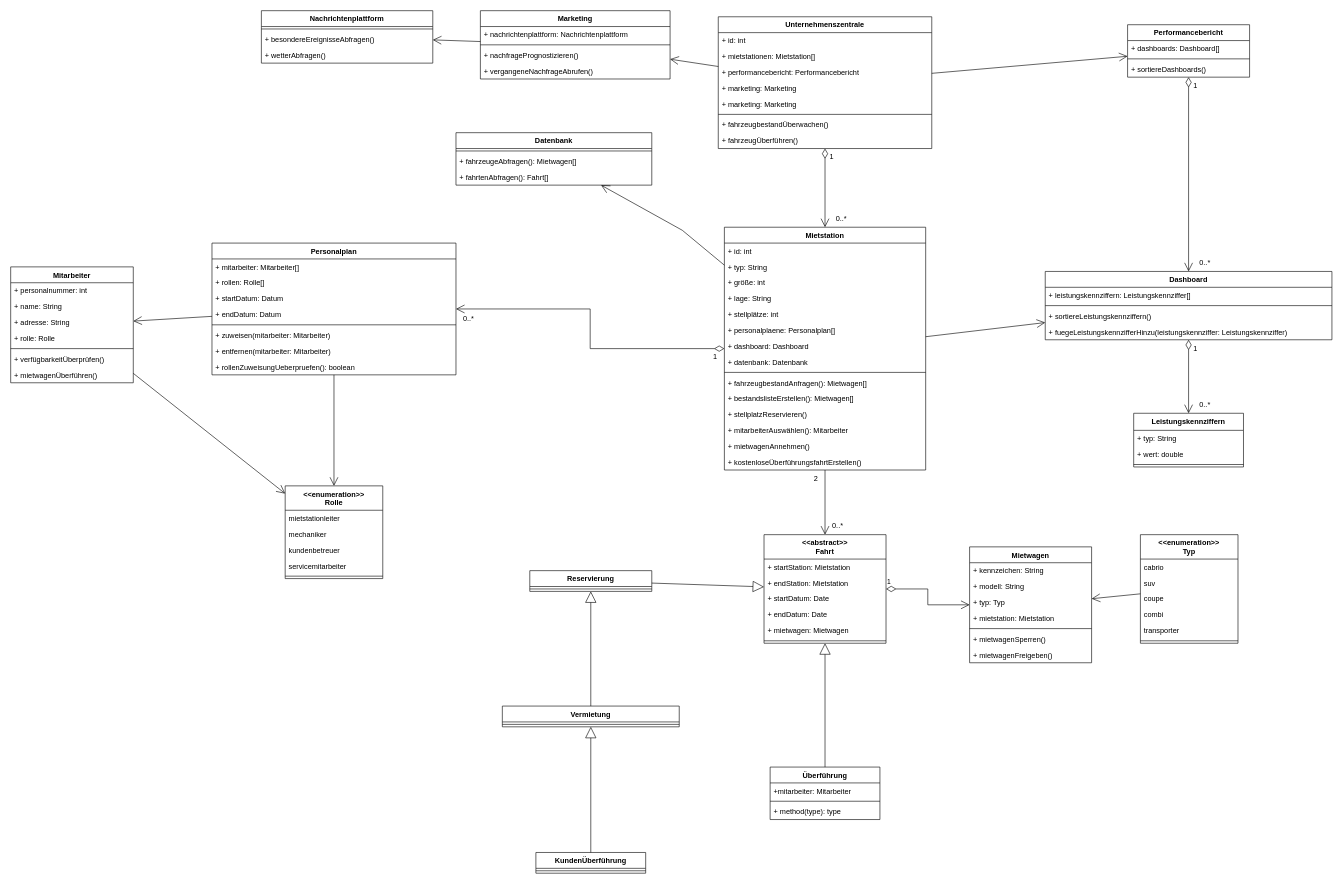
This is E - Allgemeine Verwaltung/01 Klassendiagramm/01 Klassendiagramm - Allgemeine Verwaltung.drawio from DlieBG/car_rental, a draw.io file, before an edit. Source tidied: cells renumbered, new cells numbered last; positions are measured from the earlier drawing's top-left corner, leaving out a move shared by most shapes. Both pictures are drawn from the tidied source at 61%, with x=0, y=0 at pixel (10, 10).
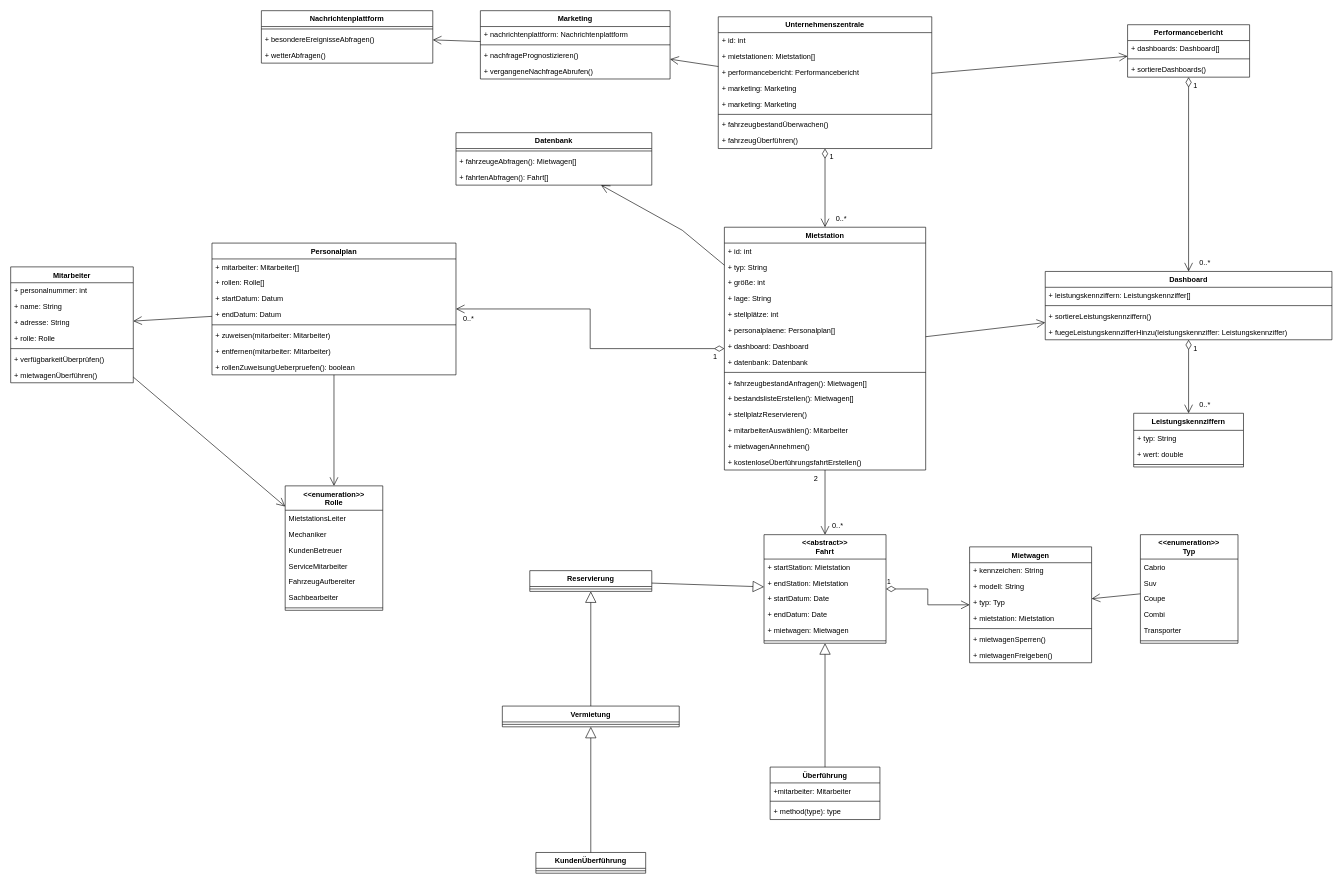
The same diagram, later.

Commit message:
Klassendiagram Yeet

Unchanged cells that the change refers to:
```xml
<mxCell id="96" value="&lt;&lt;enumeration&gt;&gt;&#10;Typ" style="swimlane;fontStyle=1;align=center;verticalAlign=top;horizontal=1;startSize=40;" parent="1" vertex="1">
  <mxGeometry x="1852" y="859" width="160" height="178" as="geometry" />
</mxCell>
```

Change to the diagram source:
```diff
@@
     <mxCell id="52" value="&lt;&lt;enumeration&gt;&gt;&#10;Rolle" style="swimlane;fontStyle=1;align=center;verticalAlign=top;horizontal=1;startSize=40;" parent="1" vertex="1">
-      <mxGeometry x="450" y="779" width="160" height="152" as="geometry" />
+      <mxGeometry x="450" y="779" width="160" height="204" as="geometry" />
     </mxCell>
-    <mxCell id="53" value="mietstationleiter" style="text;strokeColor=none;fillColor=none;align=left;verticalAlign=top;spacingLeft=4;spacingRight=4;overflow=hidden;" parent="52" vertex="1">
+    <mxCell id="53" value="MietstationsLeiter" style="text;strokeColor=none;fillColor=none;align=left;verticalAlign=top;spacingLeft=4;spacingRight=4;overflow=hidden;" parent="52" vertex="1">
       <mxGeometry y="40" width="160" height="26" as="geometry" />
     </mxCell>
-    <mxCell id="54" value="mechaniker" style="text;strokeColor=none;fillColor=none;align=left;verticalAlign=top;spacingLeft=4;spacingRight=4;overflow=hidden;fontSize=12;" parent="52" vertex="1">
+    <mxCell id="54" value="Mechaniker" style="text;strokeColor=none;fillColor=none;align=left;verticalAlign=top;spacingLeft=4;spacingRight=4;overflow=hidden;fontSize=12;" parent="52" vertex="1">
       <mxGeometry y="66" width="160" height="26" as="geometry" />
     </mxCell>
-    <mxCell id="55" value="kundenbetreuer" style="text;strokeColor=none;fillColor=none;align=left;verticalAlign=top;spacingLeft=4;spacingRight=4;overflow=hidden;fontSize=12;" parent="52" vertex="1">
+    <mxCell id="55" value="KundenBetreuer" style="text;strokeColor=none;fillColor=none;align=left;verticalAlign=top;spacingLeft=4;spacingRight=4;overflow=hidden;fontSize=12;" parent="52" vertex="1">
       <mxGeometry y="92" width="160" height="26" as="geometry" />
     </mxCell>
-    <mxCell id="56" value="servicemitarbeiter" style="text;strokeColor=none;fillColor=none;align=left;verticalAlign=top;spacingLeft=4;spacingRight=4;overflow=hidden;fontSize=12;" parent="52" vertex="1">
+    <mxCell id="56" value="ServiceMitarbeiter" style="text;strokeColor=none;fillColor=none;align=left;verticalAlign=top;spacingLeft=4;spacingRight=4;overflow=hidden;fontSize=12;" parent="52" vertex="1">
       <mxGeometry y="118" width="160" height="26" as="geometry" />
     </mxCell>
+    <mxCell id="137" value="FahrzeugAufbereiter" style="text;strokeColor=none;fillColor=none;align=left;verticalAlign=top;spacingLeft=4;spacingRight=4;overflow=hidden;fontSize=12;" parent="52" vertex="1">
+      <mxGeometry y="144" width="160" height="26" as="geometry" />
+    </mxCell>
+    <mxCell id="138" value="Sachbearbeiter" style="text;strokeColor=none;fillColor=none;align=left;verticalAlign=top;spacingLeft=4;spacingRight=4;overflow=hidden;fontSize=12;" parent="52" vertex="1">
+      <mxGeometry y="170" width="160" height="26" as="geometry" />
+    </mxCell>
     <mxCell id="57" style="line;strokeWidth=1;fillColor=none;align=left;verticalAlign=middle;spacingTop=-1;spacingLeft=3;spacingRight=3;labelPosition=right;" parent="52" vertex="1">
-      <mxGeometry y="144" width="160" height="8" as="geometry" />
+      <mxGeometry y="196" width="160" height="8" as="geometry" />
     </mxCell>
@@
-    <mxCell id="97" value="cabrio" style="text;strokeColor=none;fillColor=none;align=left;verticalAlign=top;spacingLeft=4;spacingRight=4;overflow=hidden;" parent="96" vertex="1">
+    <mxCell id="97" value="Cabrio" style="text;strokeColor=none;fillColor=none;align=left;verticalAlign=top;spacingLeft=4;spacingRight=4;overflow=hidden;" parent="96" vertex="1">
       <mxGeometry y="40" width="160" height="26" as="geometry" />
     </mxCell>
-    <mxCell id="98" value="suv" style="text;strokeColor=none;fillColor=none;align=left;verticalAlign=top;spacingLeft=4;spacingRight=4;overflow=hidden;fontSize=12;" parent="96" vertex="1">
+    <mxCell id="98" value="Suv" style="text;strokeColor=none;fillColor=none;align=left;verticalAlign=top;spacingLeft=4;spacingRight=4;overflow=hidden;fontSize=12;" parent="96" vertex="1">
       <mxGeometry y="66" width="160" height="26" as="geometry" />
     </mxCell>
-    <mxCell id="99" value="coupe" style="text;strokeColor=none;fillColor=none;align=left;verticalAlign=top;spacingLeft=4;spacingRight=4;overflow=hidden;fontSize=12;" parent="96" vertex="1">
+    <mxCell id="99" value="Coupe" style="text;strokeColor=none;fillColor=none;align=left;verticalAlign=top;spacingLeft=4;spacingRight=4;overflow=hidden;fontSize=12;" parent="96" vertex="1">
       <mxGeometry y="92" width="160" height="26" as="geometry" />
     </mxCell>
-    <mxCell id="100" value="combi" style="text;strokeColor=none;fillColor=none;align=left;verticalAlign=top;spacingLeft=4;spacingRight=4;overflow=hidden;fontSize=12;" parent="96" vertex="1">
+    <mxCell id="100" value="Combi" style="text;strokeColor=none;fillColor=none;align=left;verticalAlign=top;spacingLeft=4;spacingRight=4;overflow=hidden;fontSize=12;" parent="96" vertex="1">
       <mxGeometry y="118" width="160" height="26" as="geometry" />
     </mxCell>
-    <mxCell id="101" value="transporter" style="text;strokeColor=none;fillColor=none;align=left;verticalAlign=top;spacingLeft=4;spacingRight=4;overflow=hidden;fontSize=12;" parent="96" vertex="1">
+    <mxCell id="101" value="Transporter" style="text;strokeColor=none;fillColor=none;align=left;verticalAlign=top;spacingLeft=4;spacingRight=4;overflow=hidden;fontSize=12;" parent="96" vertex="1">
       <mxGeometry y="144" width="160" height="26" as="geometry" />
     </mxCell>
```
